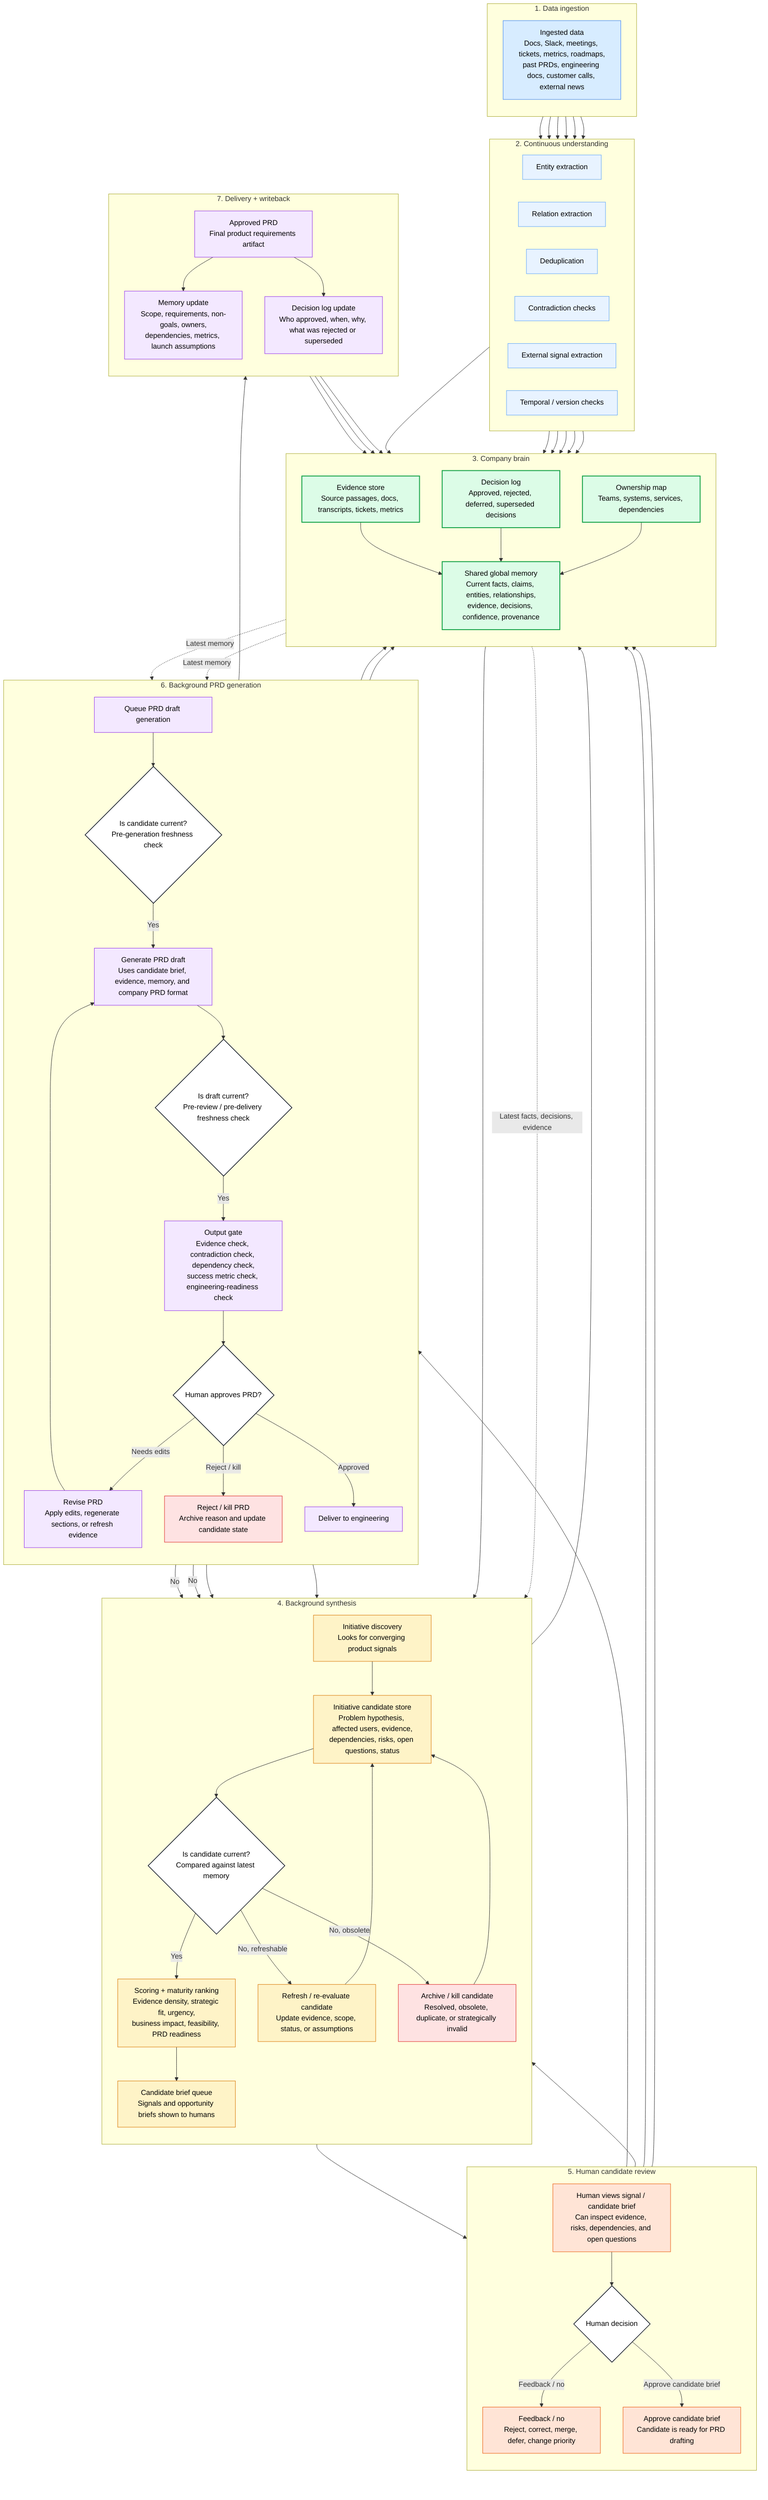
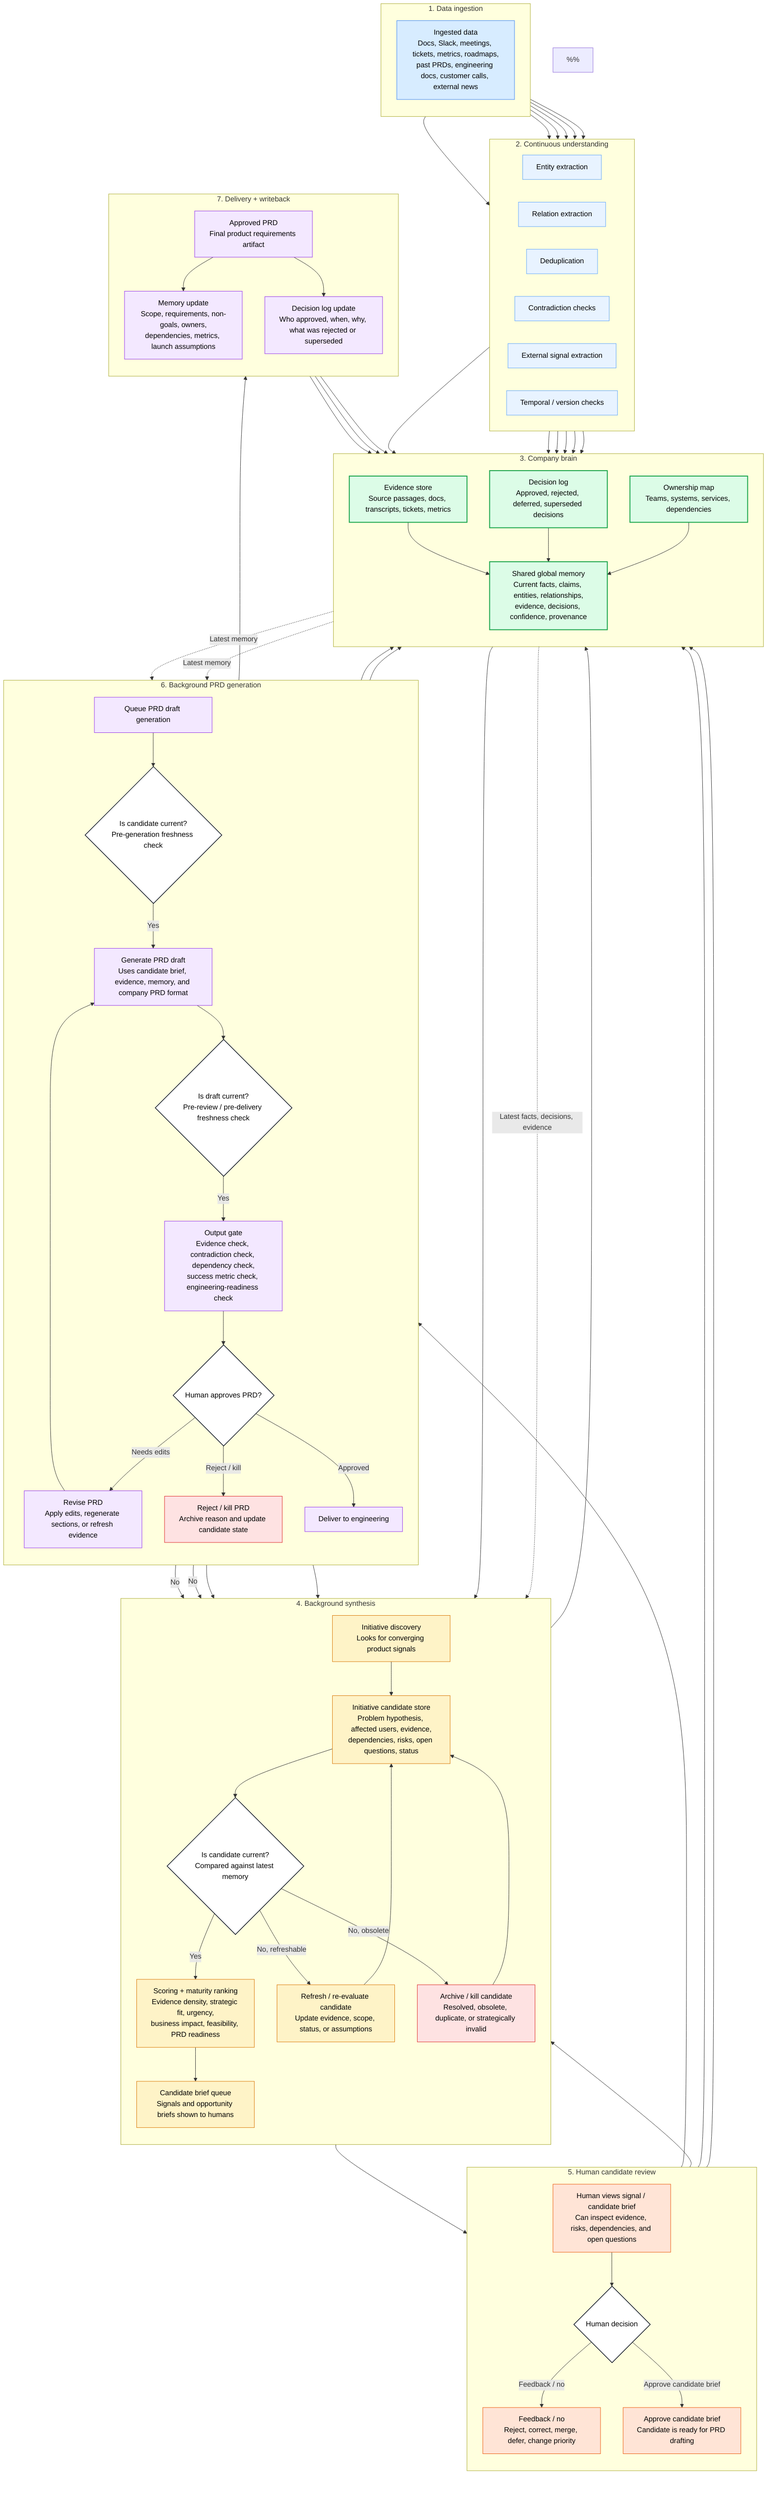
flowchart TB

%% =====================================================
- %% DISTILLERY SYSTEM DIAGRAM
+ %% DISTILLERY NORTH-STAR SYSTEM DIAGRAM
+ %% Status: future architecture reference, not current v0.
+ %% Current v0 is documented in docs/v0-current.mermaid and
+ %% docs/STATUS_AND_ROADMAP.md.
+ %%
%% Purpose: continuously understand company context,
%% discover mature initiatives, and generate PRDs only
%% when candidates are current, approved, and ready.
%% =====================================================


%% =========================
%% 1. DATA INGESTION
%% =========================

subgraph INGEST["1. Data ingestion"]
  direction TB

  A["Ingested data<br/>Docs, Slack, meetings, tickets, metrics, roadmaps,<br/>past PRDs, engineering docs, customer calls, external news"]
end


%% =========================
%% 2. CONTINUOUS UNDERSTANDING
%% =========================

subgraph UNDERSTAND["2. Continuous understanding"]
  direction LR

  B1["Entity extraction"]
  B2["Relation extraction"]
  B3["Deduplication"]
  B4["Contradiction checks"]
  B5["External signal extraction"]
  B6["Temporal / version checks"]
end

A --> B1
A --> B2
A --> B3
A --> B4
A --> B5
A --> B6


%% =========================
%% 3. COMPANY BRAIN
%% =========================

subgraph BRAIN["3. Company brain"]
  direction TB

  C["Shared global memory<br/>Current facts, claims, entities, relationships,<br/>evidence, decisions, confidence, provenance"]

  C1["Evidence store<br/>Source passages, docs, transcripts, tickets, metrics"]
  C2["Decision log<br/>Approved, rejected, deferred, superseded decisions"]
  C3["Ownership map<br/>Teams, systems, services, dependencies"]

  C1 --> C
  C2 --> C
  C3 --> C
end

B1 --> C
B2 --> C
B3 --> C
B4 --> C
B5 --> C
B6 --> C


%% =========================
%% 4. BACKGROUND SYNTHESIS
%% =========================

subgraph SYNTHESIS["4. Background synthesis"]
  direction TB

  D["Initiative discovery<br/>Looks for converging product signals"]

  E["Initiative candidate store<br/>Problem hypothesis, affected users, evidence,<br/>dependencies, risks, open questions, status"]

  F{"Is candidate current?<br/>Compared against latest memory"}

  G["Refresh / re-evaluate candidate<br/>Update evidence, scope, status, or assumptions"]

  H["Archive / kill candidate<br/>Resolved, obsolete, duplicate, or strategically invalid"]

  I["Scoring + maturity ranking<br/>Evidence density, strategic fit, urgency,<br/>business impact, feasibility, PRD readiness"]

  J["Candidate brief queue<br/>Signals and opportunity briefs shown to humans"]
end

C --> D
D --> E
E --> F

C -. "Latest facts, decisions, evidence" .-> F

F -->|"Yes"| I
F -->|"No, refreshable"| G
F -->|"No, obsolete"| H

G --> E
H --> E
H --> C2

I --> J


%% =========================
%% 5. HUMAN CANDIDATE REVIEW
%% =========================

subgraph REVIEW["5. Human candidate review"]
  direction TB

  K["Human views signal / candidate brief<br/>Can inspect evidence, risks, dependencies, and open questions"]

  L{"Human decision"}

  M["Feedback / no<br/>Reject, correct, merge, defer, change priority"]

  N["Approve candidate brief<br/>Candidate is ready for PRD drafting"]
end

J --> K
K --> L

L -->|"Feedback / no"| M
L -->|"Approve candidate brief"| N

M --> E
M --> C
M --> C2


%% =========================
%% 6. BACKGROUND PRD GENERATION
%% =========================

subgraph PRDGEN["6. Background PRD generation"]
  direction TB

  O["Queue PRD draft generation"]

  P{"Is candidate current?<br/>Pre-generation freshness check"}

  Q["Generate PRD draft<br/>Uses candidate brief, evidence, memory, and company PRD format"]

  R{"Is draft current?<br/>Pre-review / pre-delivery freshness check"}

  S["Output gate<br/>Evidence check, contradiction check, dependency check,<br/>success metric check, engineering-readiness check"]

  T{"Human approves PRD?"}

  U["Revise PRD<br/>Apply edits, regenerate sections, or refresh evidence"]

  V["Reject / kill PRD<br/>Archive reason and update candidate state"]

  W["Deliver to engineering"]
end

N --> O
O --> P

C -. "Latest memory" .-> P

P -->|"Yes"| Q
P -->|"No"| E

Q --> R

C -. "Latest memory" .-> R

R -->|"Yes"| S
R -->|"No"| E

S --> T

T -->|"Needs edits"| U
T -->|"Reject / kill"| V
T -->|"Approved"| W

U --> Q
U --> E
U --> C

V --> E
V --> C2


%% =========================
%% 7. DELIVERY + WRITEBACK
%% =========================

subgraph WRITEBACK["7. Delivery + writeback"]
  direction TB

  X["Approved PRD<br/>Final product requirements artifact"]

  Y["Memory update<br/>Scope, requirements, non-goals, owners,<br/>dependencies, metrics, launch assumptions"]

  Z["Decision log update<br/>Who approved, when, why, what was rejected or superseded"]
end

W --> X
X --> Y
X --> Z

Y --> C
Z --> C2
Z --> C


%% =========================
%% STYLING
%% =========================

classDef ingest fill:#D7ECFF,stroke:#3B82F6,stroke-width:1px,color:#000;
classDef processor fill:#E8F3FF,stroke:#60A5FA,stroke-width:1px,color:#000;
classDef brain fill:#DCFCE7,stroke:#16A34A,stroke-width:2px,color:#000;
classDef synth fill:#FEF3C7,stroke:#D97706,stroke-width:1px,color:#000;
classDef human fill:#FFE4D6,stroke:#EA580C,stroke-width:1px,color:#000;
classDef prd fill:#F3E8FF,stroke:#9333EA,stroke-width:1px,color:#000;
classDef decision fill:#FFFFFF,stroke:#111827,stroke-width:1.5px,color:#000;
classDef terminal fill:#FEE2E2,stroke:#DC2626,stroke-width:1px,color:#000;

class A ingest;
class B1,B2,B3,B4,B5,B6 processor;
class C,C1,C2,C3 brain;
class D,E,G,I,J synth;
class K,M,N human;
class O,Q,S,U,W,X,Y,Z prd;
class F,L,P,R,T decision;
- class H,V terminal;+ class H,V terminal;
